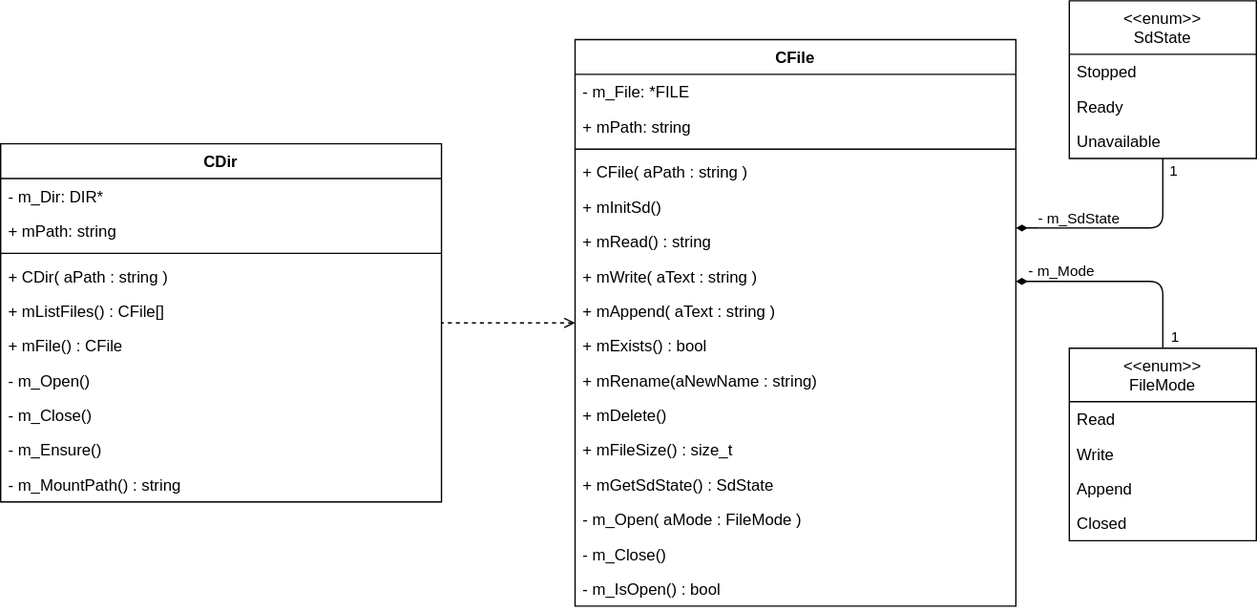
Above: uml/sd-abstraction.drawio.svg in SenseBoxTI/FirmwareDesign (draw.io), before the change. Source tidied: cells renumbered, new cells last; positions are measured from the earlier drawing's top-left corner, leaving out a move shared by most shapes.
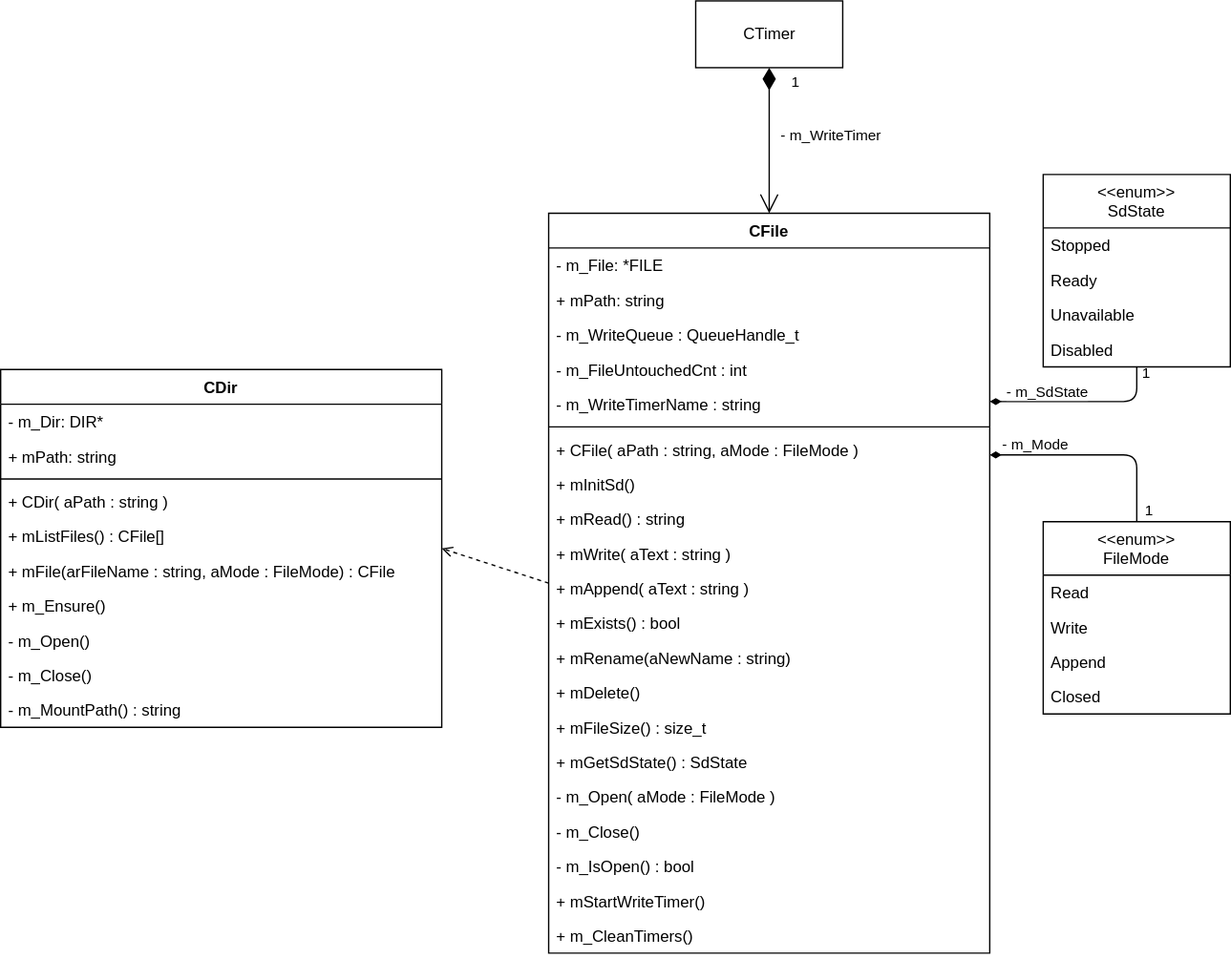
After the commit.

The edit, as a diff of the source:
```diff
@@ -2,11 +2,11 @@
   <root>
     <mxCell id="0" />
     <mxCell id="1" parent="0" />
-    <mxCell id="2" style="edgeStyle=none;html=1;exitX=0;exitY=0.5;exitDx=0;exitDy=0;entryX=1;entryY=0.5;entryDx=0;entryDy=0;dashed=1;endArrow=none;endFill=0;startArrow=open;startFill=0;" parent="1" edge="1" source="3" target="35">
+    <mxCell id="2" style="edgeStyle=none;html=1;exitX=0;exitY=0.5;exitDx=0;exitDy=0;entryX=1;entryY=0.5;entryDx=0;entryDy=0;dashed=1;endArrow=open;endFill=0;startArrow=none;startFill=0;" parent="1" edge="1" source="3" target="35">
       <mxGeometry relative="1" as="geometry" />
     </mxCell>
     <mxCell id="3" value="CFile" style="swimlane;fontStyle=1;align=center;verticalAlign=top;horizontal=1;startSize=26;" parent="1" vertex="1">
-      <mxGeometry x="430" y="29" width="330" height="424" as="geometry" />
+      <mxGeometry x="430" y="29" width="330" height="554" as="geometry" />
     </mxCell>
     <mxCell id="4" value="- m_File: *FILE" style="text;strokeColor=none;fillColor=none;align=left;verticalAlign=top;spacingLeft=4;spacingRight=4;overflow=hidden;" parent="3" vertex="1">
       <mxGeometry y="26" width="330" height="26" as="geometry" />
@@ -14,48 +14,63 @@
     <mxCell id="5" value="+ mPath: string" style="text;strokeColor=none;fillColor=none;align=left;verticalAlign=top;spacingLeft=4;spacingRight=4;overflow=hidden;" parent="3" vertex="1">
       <mxGeometry y="52" width="330" height="26" as="geometry" />
     </mxCell>
+    <mxCell id="46" value="- m_WriteQueue : QueueHandle_t" style="text;strokeColor=none;fillColor=none;align=left;verticalAlign=top;spacingLeft=4;spacingRight=4;overflow=hidden;" parent="3" vertex="1">
+      <mxGeometry y="78" width="330" height="26" as="geometry" />
+    </mxCell>
+    <mxCell id="47" value="- m_FileUntouchedCnt : int" style="text;strokeColor=none;fillColor=none;align=left;verticalAlign=top;spacingLeft=4;spacingRight=4;overflow=hidden;" parent="3" vertex="1">
+      <mxGeometry y="104" width="330" height="26" as="geometry" />
+    </mxCell>
+    <mxCell id="48" value="- m_WriteTimerName : string" style="text;strokeColor=none;fillColor=none;align=left;verticalAlign=top;spacingLeft=4;spacingRight=4;overflow=hidden;" parent="3" vertex="1">
+      <mxGeometry y="130" width="330" height="26" as="geometry" />
+    </mxCell>
     <mxCell id="6" style="line;strokeWidth=1;fillColor=none;align=left;verticalAlign=middle;spacingTop=-1;spacingLeft=3;spacingRight=3;labelPosition=right;" parent="3" vertex="1">
-      <mxGeometry y="78" width="330" height="8" as="geometry" />
+      <mxGeometry y="156" width="330" height="8" as="geometry" />
     </mxCell>
-    <mxCell id="7" value="+ CFile( aPath : string )" style="text;strokeColor=none;fillColor=none;align=left;verticalAlign=top;spacingLeft=4;spacingRight=4;overflow=hidden;" parent="3" vertex="1">
-      <mxGeometry y="86" width="330" height="26" as="geometry" />
+    <mxCell id="7" value="+ CFile( aPath : string, aMode : FileMode )" style="text;strokeColor=none;fillColor=none;align=left;verticalAlign=top;spacingLeft=4;spacingRight=4;overflow=hidden;" parent="3" vertex="1">
+      <mxGeometry y="164" width="330" height="26" as="geometry" />
     </mxCell>
     <mxCell id="8" value="+ mInitSd()" style="text;strokeColor=none;fillColor=none;align=left;verticalAlign=top;spacingLeft=4;spacingRight=4;overflow=hidden;fontStyle=0;" parent="3" vertex="1">
-      <mxGeometry y="112" width="330" height="26" as="geometry" />
+      <mxGeometry y="190" width="330" height="26" as="geometry" />
     </mxCell>
     <mxCell id="9" value="+ mRead() : string" style="text;strokeColor=none;fillColor=none;align=left;verticalAlign=top;spacingLeft=4;spacingRight=4;overflow=hidden;" parent="3" vertex="1">
-      <mxGeometry y="138" width="330" height="26" as="geometry" />
+      <mxGeometry y="216" width="330" height="26" as="geometry" />
     </mxCell>
     <mxCell id="10" value="+ mWrite( aText : string )" style="text;strokeColor=none;fillColor=none;align=left;verticalAlign=top;spacingLeft=4;spacingRight=4;overflow=hidden;" parent="3" vertex="1">
-      <mxGeometry y="164" width="330" height="26" as="geometry" />
+      <mxGeometry y="242" width="330" height="26" as="geometry" />
     </mxCell>
     <mxCell id="11" value="+ mAppend( aText : string )" style="text;strokeColor=none;fillColor=none;align=left;verticalAlign=top;spacingLeft=4;spacingRight=4;overflow=hidden;" parent="3" vertex="1">
-      <mxGeometry y="190" width="330" height="26" as="geometry" />
+      <mxGeometry y="268" width="330" height="26" as="geometry" />
     </mxCell>
     <mxCell id="12" value="+ mExists() : bool" style="text;strokeColor=none;fillColor=none;align=left;verticalAlign=top;spacingLeft=4;spacingRight=4;overflow=hidden;" parent="3" vertex="1">
-      <mxGeometry y="216" width="330" height="26" as="geometry" />
+      <mxGeometry y="294" width="330" height="26" as="geometry" />
     </mxCell>
     <mxCell id="13" value="+ mRename(aNewName : string)" style="text;strokeColor=none;fillColor=none;align=left;verticalAlign=top;spacingLeft=4;spacingRight=4;overflow=hidden;" parent="3" vertex="1">
-      <mxGeometry y="242" width="330" height="26" as="geometry" />
+      <mxGeometry y="320" width="330" height="26" as="geometry" />
     </mxCell>
     <mxCell id="14" value="+ mDelete()" style="text;strokeColor=none;fillColor=none;align=left;verticalAlign=top;spacingLeft=4;spacingRight=4;overflow=hidden;" parent="3" vertex="1">
-      <mxGeometry y="268" width="330" height="26" as="geometry" />
+      <mxGeometry y="346" width="330" height="26" as="geometry" />
     </mxCell>
     <mxCell id="15" value="+ mFileSize() : size_t" style="text;strokeColor=none;fillColor=none;align=left;verticalAlign=top;spacingLeft=4;spacingRight=4;overflow=hidden;" parent="3" vertex="1">
-      <mxGeometry y="294" width="330" height="26" as="geometry" />
+      <mxGeometry y="372" width="330" height="26" as="geometry" />
     </mxCell>
     <mxCell id="16" value="+ mGetSdState() : SdState" style="text;strokeColor=none;fillColor=none;align=left;verticalAlign=top;spacingLeft=4;spacingRight=4;overflow=hidden;" parent="3" vertex="1">
-      <mxGeometry y="320" width="330" height="26" as="geometry" />
+      <mxGeometry y="398" width="330" height="26" as="geometry" />
     </mxCell>
     <mxCell id="17" value="- m_Open( aMode : FileMode )" style="text;strokeColor=none;fillColor=none;align=left;verticalAlign=top;spacingLeft=4;spacingRight=4;overflow=hidden;" parent="3" vertex="1">
-      <mxGeometry y="346" width="330" height="26" as="geometry" />
+      <mxGeometry y="424" width="330" height="26" as="geometry" />
     </mxCell>
     <mxCell id="18" value="- m_Close()" style="text;strokeColor=none;fillColor=none;align=left;verticalAlign=top;spacingLeft=4;spacingRight=4;overflow=hidden;" parent="3" vertex="1">
-      <mxGeometry y="372" width="330" height="26" as="geometry" />
+      <mxGeometry y="450" width="330" height="26" as="geometry" />
     </mxCell>
     <mxCell id="19" value="- m_IsOpen() : bool" style="text;strokeColor=none;fillColor=none;align=left;verticalAlign=top;spacingLeft=4;spacingRight=4;overflow=hidden;" parent="3" vertex="1">
-      <mxGeometry y="398" width="330" height="26" as="geometry" />
+      <mxGeometry y="476" width="330" height="26" as="geometry" />
     </mxCell>
+    <mxCell id="49" value="+ mStartWriteTimer()" style="text;strokeColor=none;fillColor=none;align=left;verticalAlign=top;spacingLeft=4;spacingRight=4;overflow=hidden;" parent="3" vertex="1">
+      <mxGeometry y="502" width="330" height="26" as="geometry" />
+    </mxCell>
+    <mxCell id="50" value="+ m_CleanTimers()" style="text;strokeColor=none;fillColor=none;align=left;verticalAlign=top;spacingLeft=4;spacingRight=4;overflow=hidden;" parent="3" vertex="1">
+      <mxGeometry y="528" width="330" height="26" as="geometry" />
+    </mxCell>
     <mxCell id="20" style="edgeStyle=orthogonalEdgeStyle;html=1;exitX=0.5;exitY=0;exitDx=0;exitDy=0;endArrow=diamondThin;endFill=1;" parent="1" edge="1" source="23" target="3">
       <mxGeometry relative="1" as="geometry">
         <Array as="points">
@@ -106,7 +121,7 @@
       </mxGeometry>
     </mxCell>
     <mxCell id="31" value="&lt;&lt;enum&gt;&gt;&#10;SdState" style="swimlane;fontStyle=0;horizontal=1;startSize=40;fillColor=none;" parent="1" vertex="1">
-      <mxGeometry x="800" width="140" height="118" as="geometry" />
+      <mxGeometry x="800" width="140" height="144" as="geometry" />
     </mxCell>
     <mxCell id="32" value="Stopped" style="text;strokeColor=none;fillColor=none;align=left;verticalAlign=top;spacingLeft=4;spacingRight=4;overflow=hidden;" parent="31" vertex="1">
       <mxGeometry y="40" width="140" height="26" as="geometry" />
@@ -117,8 +132,11 @@
     <mxCell id="34" value="Unavailable" style="text;strokeColor=none;fillColor=none;align=left;verticalAlign=top;spacingLeft=4;spacingRight=4;overflow=hidden;" parent="31" vertex="1">
       <mxGeometry y="92" width="140" height="26" as="geometry" />
     </mxCell>
+    <mxCell id="51" value="Disabled" style="text;strokeColor=none;fillColor=none;align=left;verticalAlign=top;spacingLeft=4;spacingRight=4;overflow=hidden;" parent="31" vertex="1">
+      <mxGeometry y="118" width="140" height="26" as="geometry" />
+    </mxCell>
     <mxCell id="35" value="CDir" style="swimlane;fontStyle=1;align=center;verticalAlign=top;horizontal=1;startSize=26;" parent="1" vertex="1">
-      <mxGeometry y="107" width="330" height="268" as="geometry" />
+      <mxGeometry x="20" y="146" width="330" height="268" as="geometry" />
     </mxCell>
     <mxCell id="36" value="- m_Dir: DIR*" style="text;strokeColor=none;fillColor=none;align=left;verticalAlign=top;spacingLeft=4;spacingRight=4;overflow=hidden;" parent="35" vertex="1">
       <mxGeometry y="26" width="330" height="26" as="geometry" />
@@ -135,20 +153,31 @@
     <mxCell id="40" value="+ mListFiles() : CFile[]" style="text;strokeColor=none;fillColor=none;align=left;verticalAlign=top;spacingLeft=4;spacingRight=4;overflow=hidden;" parent="35" vertex="1">
       <mxGeometry y="112" width="330" height="26" as="geometry" />
     </mxCell>
-    <mxCell id="41" value="+ mFile() : CFile" style="text;strokeColor=none;fillColor=none;align=left;verticalAlign=top;spacingLeft=4;spacingRight=4;overflow=hidden;" parent="35" vertex="1">
+    <mxCell id="41" value="+ mFile(arFileName : string, aMode : FileMode) : CFile" style="text;strokeColor=none;fillColor=none;align=left;verticalAlign=top;spacingLeft=4;spacingRight=4;overflow=hidden;" parent="35" vertex="1">
       <mxGeometry y="138" width="330" height="26" as="geometry" />
     </mxCell>
+    <mxCell id="44" value="+ m_Ensure()" style="text;strokeColor=none;fillColor=none;align=left;verticalAlign=top;spacingLeft=4;spacingRight=4;overflow=hidden;" parent="35" vertex="1">
+      <mxGeometry y="164" width="330" height="26" as="geometry" />
+    </mxCell>
     <mxCell id="42" value="- m_Open()" style="text;strokeColor=none;fillColor=none;align=left;verticalAlign=top;spacingLeft=4;spacingRight=4;overflow=hidden;" parent="35" vertex="1">
-      <mxGeometry y="164" width="330" height="26" as="geometry" />
+      <mxGeometry y="190" width="330" height="26" as="geometry" />
     </mxCell>
     <mxCell id="43" value="- m_Close()" style="text;strokeColor=none;fillColor=none;align=left;verticalAlign=top;spacingLeft=4;spacingRight=4;overflow=hidden;" parent="35" vertex="1">
-      <mxGeometry y="190" width="330" height="26" as="geometry" />
+      <mxGeometry y="216" width="330" height="26" as="geometry" />
     </mxCell>
-    <mxCell id="44" value="- m_Ensure()" style="text;strokeColor=none;fillColor=none;align=left;verticalAlign=top;spacingLeft=4;spacingRight=4;overflow=hidden;" parent="35" vertex="1">
-      <mxGeometry y="216" width="330" height="26" as="geometry" />
-    </mxCell>
     <mxCell id="45" value="- m_MountPath() : string" style="text;strokeColor=none;fillColor=none;align=left;verticalAlign=top;spacingLeft=4;spacingRight=4;overflow=hidden;" parent="35" vertex="1">
       <mxGeometry y="242" width="330" height="26" as="geometry" />
     </mxCell>
+    <mxCell id="52" value="CTimer" style="html=1;" parent="1" vertex="1">
+      <mxGeometry x="540" y="-130" width="110" height="50" as="geometry" />
+    </mxCell>
+    <mxCell id="53" value="1" style="endArrow=open;html=1;endSize=12;startArrow=diamondThin;startSize=14;startFill=1;edgeStyle=orthogonalEdgeStyle;align=left;verticalAlign=bottom;" parent="1" edge="1" source="52" target="3">
+      <mxGeometry x="-0.63" y="15" relative="1" as="geometry" />
+    </mxCell>
+    <mxCell id="54" value="- m_WriteTimer" style="edgeLabel;html=1;align=center;verticalAlign=middle;" parent="53" vertex="1">
+      <mxGeometry x="-0.27" y="-3" relative="1" as="geometry">
+        <mxPoint x="48" y="10" as="offset" />
+      </mxGeometry>
+    </mxCell>
   </root>
 </mxGraphModel>
```
